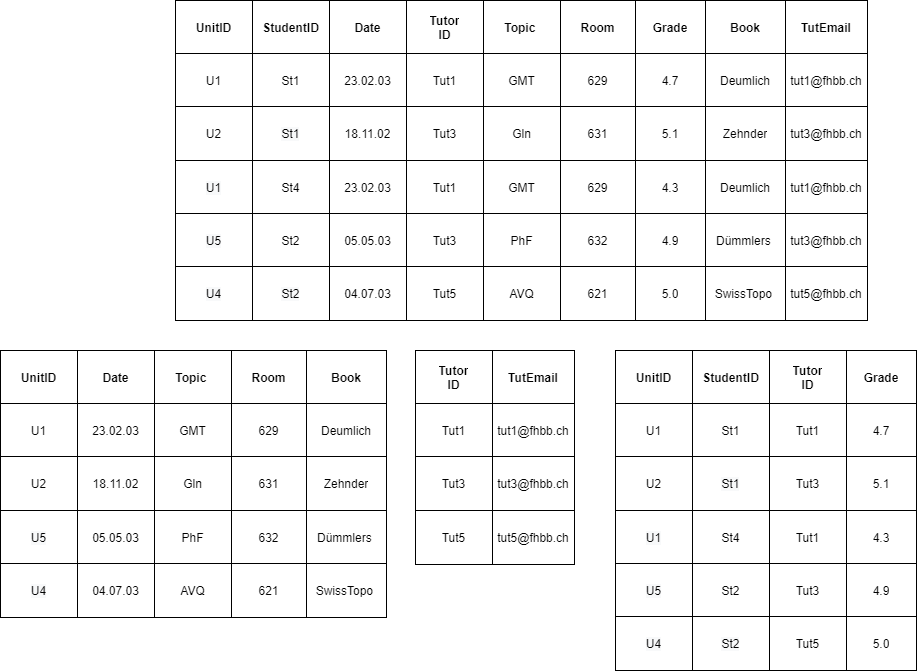
Earlier version of the draw.io export lab5/task2.drawio.png (dari-kayoo/Database). Source tidied: cells renumbered, new cells last; positions are measured from the earlier drawing's top-left corner, leaving out a move shared by most shapes.
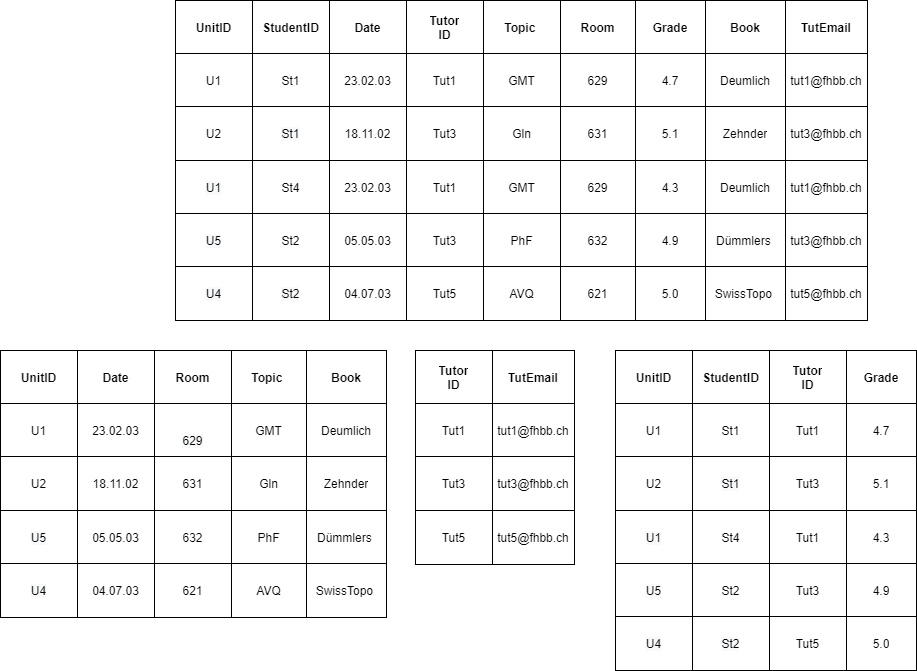
The same file after the commit.

What changed in the source:
```diff
@@ -329,10 +329,10 @@
     <mxCell id="110" value="&lt;b&gt;Date&lt;/b&gt;" style="shape=partialRectangle;html=1;whiteSpace=wrap;fillColor=none;top=0;left=0;bottom=0;right=0;overflow=hidden;" parent="108" vertex="1">
       <mxGeometry x="77" width="77" height="53" as="geometry" />
     </mxCell>
-    <mxCell id="111" value="&lt;b&gt;Topic&amp;nbsp;&lt;/b&gt;" style="shape=partialRectangle;html=1;whiteSpace=wrap;fillColor=none;top=0;left=0;bottom=0;right=0;overflow=hidden;" parent="108" vertex="1">
+    <mxCell id="111" value="&lt;b&gt;Room&lt;/b&gt;" style="shape=partialRectangle;html=1;whiteSpace=wrap;fillColor=none;top=0;left=0;bottom=0;right=0;overflow=hidden;" parent="108" vertex="1">
       <mxGeometry x="154" width="77" height="53" as="geometry" />
     </mxCell>
-    <mxCell id="112" value="&lt;b&gt;Room&lt;/b&gt;" style="shape=partialRectangle;html=1;whiteSpace=wrap;fillColor=none;top=0;left=0;bottom=0;right=0;overflow=hidden;" parent="108" vertex="1">
+    <mxCell id="112" value="&lt;b&gt;Topic&amp;nbsp;&lt;/b&gt;" style="shape=partialRectangle;html=1;whiteSpace=wrap;fillColor=none;top=0;left=0;bottom=0;right=0;overflow=hidden;" parent="108" vertex="1">
       <mxGeometry x="231" width="75" height="53" as="geometry" />
     </mxCell>
     <mxCell id="113" value="&lt;b&gt;Book&lt;/b&gt;" style="shape=partialRectangle;html=1;whiteSpace=wrap;fillColor=none;top=0;left=0;bottom=0;right=0;overflow=hidden;" parent="108" vertex="1">
@@ -347,10 +347,10 @@
     <mxCell id="116" value="23.02.03" style="shape=partialRectangle;html=1;whiteSpace=wrap;fillColor=none;top=0;left=0;bottom=0;right=0;overflow=hidden;" parent="114" vertex="1">
       <mxGeometry x="77" width="77" height="53" as="geometry" />
     </mxCell>
-    <mxCell id="117" value="GMT" style="shape=partialRectangle;html=1;whiteSpace=wrap;fillColor=none;top=0;left=0;bottom=0;right=0;overflow=hidden;" parent="114" vertex="1">
+    <mxCell id="117" value="&#10;&#10;&lt;span style=&quot;color: rgb(0, 0, 0); font-family: helvetica; font-size: 12px; font-style: normal; font-weight: 400; letter-spacing: normal; text-align: center; text-indent: 0px; text-transform: none; word-spacing: 0px; background-color: rgb(248, 249, 250); display: inline; float: none;&quot;&gt;629&lt;/span&gt;&#10;&#10;" style="shape=partialRectangle;html=1;whiteSpace=wrap;fillColor=none;top=0;left=0;bottom=0;right=0;overflow=hidden;" parent="114" vertex="1">
       <mxGeometry x="154" width="77" height="53" as="geometry" />
     </mxCell>
-    <mxCell id="118" value="629" style="shape=partialRectangle;html=1;whiteSpace=wrap;fillColor=none;top=0;left=0;bottom=0;right=0;overflow=hidden;" parent="114" vertex="1">
+    <mxCell id="118" value="GMT" style="shape=partialRectangle;html=1;whiteSpace=wrap;fillColor=none;top=0;left=0;bottom=0;right=0;overflow=hidden;" parent="114" vertex="1">
       <mxGeometry x="231" width="75" height="53" as="geometry" />
     </mxCell>
     <mxCell id="119" value="Deumlich&lt;br&gt;" style="shape=partialRectangle;html=1;whiteSpace=wrap;fillColor=none;top=0;left=0;bottom=0;right=0;overflow=hidden;" parent="114" vertex="1">
@@ -365,10 +365,10 @@
     <mxCell id="122" value="18.11.02" style="shape=partialRectangle;html=1;whiteSpace=wrap;fillColor=none;top=0;left=0;bottom=0;right=0;overflow=hidden;" parent="120" vertex="1">
       <mxGeometry x="77" width="77" height="54" as="geometry" />
     </mxCell>
-    <mxCell id="123" value="Gln" style="shape=partialRectangle;html=1;whiteSpace=wrap;fillColor=none;top=0;left=0;bottom=0;right=0;overflow=hidden;" parent="120" vertex="1">
+    <mxCell id="123" value="631" style="shape=partialRectangle;html=1;whiteSpace=wrap;fillColor=none;top=0;left=0;bottom=0;right=0;overflow=hidden;" parent="120" vertex="1">
       <mxGeometry x="154" width="77" height="54" as="geometry" />
     </mxCell>
-    <mxCell id="124" value="631" style="shape=partialRectangle;html=1;whiteSpace=wrap;fillColor=none;top=0;left=0;bottom=0;right=0;overflow=hidden;" parent="120" vertex="1">
+    <mxCell id="124" value="Gln" style="shape=partialRectangle;html=1;whiteSpace=wrap;fillColor=none;top=0;left=0;bottom=0;right=0;overflow=hidden;" parent="120" vertex="1">
       <mxGeometry x="231" width="75" height="54" as="geometry" />
     </mxCell>
     <mxCell id="125" value="Zehnder" style="shape=partialRectangle;html=1;whiteSpace=wrap;fillColor=none;top=0;left=0;bottom=0;right=0;overflow=hidden;" parent="120" vertex="1">
@@ -383,10 +383,10 @@
     <mxCell id="128" value="05.05.03" style="shape=partialRectangle;html=1;whiteSpace=wrap;fillColor=none;top=0;left=0;bottom=0;right=0;overflow=hidden;" parent="126" vertex="1">
       <mxGeometry x="77" width="77" height="53" as="geometry" />
     </mxCell>
-    <mxCell id="129" value="PhF" style="shape=partialRectangle;html=1;whiteSpace=wrap;fillColor=none;top=0;left=0;bottom=0;right=0;overflow=hidden;" parent="126" vertex="1">
+    <mxCell id="129" value="632" style="shape=partialRectangle;html=1;whiteSpace=wrap;fillColor=none;top=0;left=0;bottom=0;right=0;overflow=hidden;" parent="126" vertex="1">
       <mxGeometry x="154" width="77" height="53" as="geometry" />
     </mxCell>
-    <mxCell id="130" value="632" style="shape=partialRectangle;html=1;whiteSpace=wrap;fillColor=none;top=0;left=0;bottom=0;right=0;overflow=hidden;" parent="126" vertex="1">
+    <mxCell id="130" value="PhF" style="shape=partialRectangle;html=1;whiteSpace=wrap;fillColor=none;top=0;left=0;bottom=0;right=0;overflow=hidden;" parent="126" vertex="1">
       <mxGeometry x="231" width="75" height="53" as="geometry" />
     </mxCell>
     <mxCell id="131" value="Dümmlers&amp;nbsp;" style="shape=partialRectangle;html=1;whiteSpace=wrap;fillColor=none;top=0;left=0;bottom=0;right=0;overflow=hidden;" parent="126" vertex="1">
@@ -401,10 +401,10 @@
     <mxCell id="134" value="04.07.03" style="shape=partialRectangle;html=1;whiteSpace=wrap;fillColor=none;top=0;left=0;bottom=0;right=0;overflow=hidden;" parent="132" vertex="1">
       <mxGeometry x="77" width="77" height="54" as="geometry" />
     </mxCell>
-    <mxCell id="135" value="AVQ" style="shape=partialRectangle;html=1;whiteSpace=wrap;fillColor=none;top=0;left=0;bottom=0;right=0;overflow=hidden;" parent="132" vertex="1">
+    <mxCell id="135" value="621" style="shape=partialRectangle;html=1;whiteSpace=wrap;fillColor=none;top=0;left=0;bottom=0;right=0;overflow=hidden;" parent="132" vertex="1">
       <mxGeometry x="154" width="77" height="54" as="geometry" />
     </mxCell>
-    <mxCell id="136" value="621" style="shape=partialRectangle;html=1;whiteSpace=wrap;fillColor=none;top=0;left=0;bottom=0;right=0;overflow=hidden;" parent="132" vertex="1">
+    <mxCell id="136" value="AVQ" style="shape=partialRectangle;html=1;whiteSpace=wrap;fillColor=none;top=0;left=0;bottom=0;right=0;overflow=hidden;" parent="132" vertex="1">
       <mxGeometry x="231" width="75" height="54" as="geometry" />
     </mxCell>
     <mxCell id="137" value="SwissTopo&amp;nbsp;" style="shape=partialRectangle;html=1;whiteSpace=wrap;fillColor=none;top=0;left=0;bottom=0;right=0;overflow=hidden;" parent="132" vertex="1">
```
